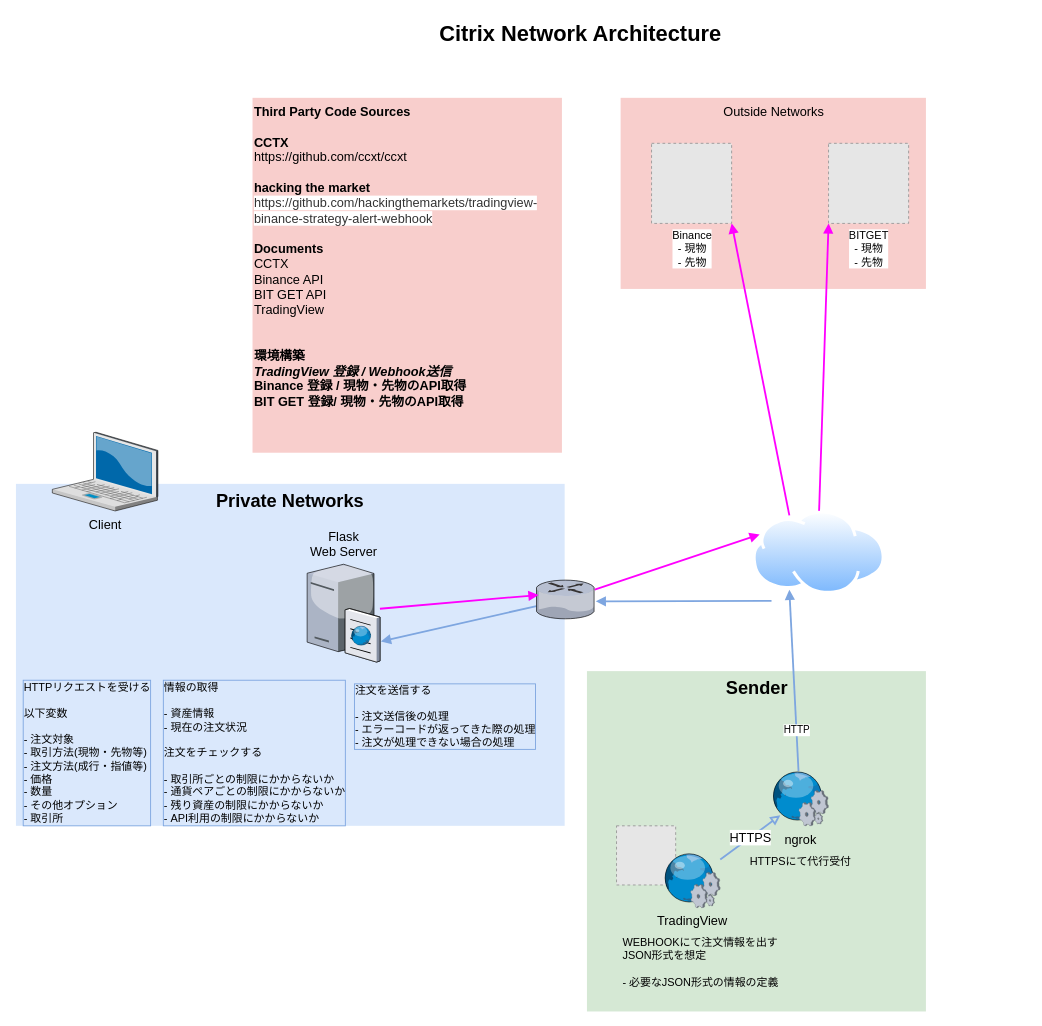
tyamzak/python_tradingview_strategy_alert_webhook_to_multi keeps this draw.io diagram as Untitled Diagram.drawio. Above is the earlier version. Source tidied: cells renumbered, new cells numbered last; positions are measured from the earlier drawing's top-left corner, leaving out a move shared by most shapes. Both pictures are drawn from the tidied source at 91%, with x=0, y=0 at pixel (15, 15). Pictures stored in the file or linked from it are replaced by grey dashed boxes.
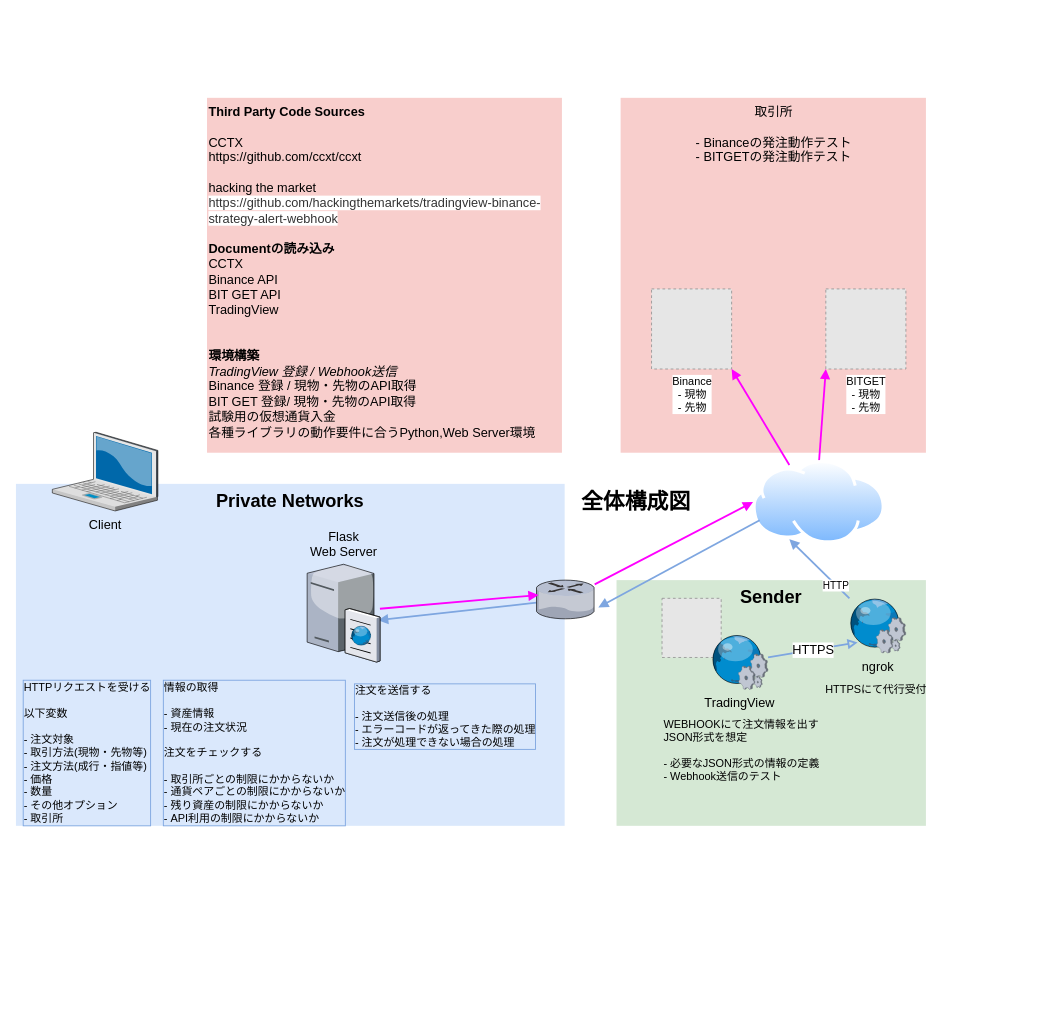
The same diagram, later.

Unchanged cells that the change refers to:
```xml
<mxCell id="8" style="verticalLabelPosition=bottom;html=1;verticalAlign=top;strokeColor=none;shape=mxgraph.citrix.router;fillColor=#66B2FF;gradientColor=#0066CC;fontSize=14;" parent="1" vertex="1">
  <mxGeometry x="572" y="620" width="64" height="42.5" as="geometry" />
</mxCell>
<mxCell id="10" value="Flask&lt;br&gt;Web Server" style="verticalLabelPosition=top;html=1;verticalAlign=bottom;strokeColor=none;shape=mxgraph.citrix.cache_server;fillColor=#66B2FF;gradientColor=#0066CC;fontSize=14;labelPosition=center;align=center;" parent="1" vertex="1">
  <mxGeometry x="320" y="600" width="80" height="109.9" as="geometry" />
</mxCell>
```

The edit, as a diff of the source:
```diff
@@
-    <mxCell id="2" value="Outside Networks" style="whiteSpace=wrap;html=1;fillColor=#f8cecc;fontSize=14;strokeColor=none;verticalAlign=top;" parent="1" vertex="1">
-      <mxGeometry x="664.5" y="90" width="335.5" height="210" as="geometry" />
+    <mxCell id="2" value="取引所&lt;br&gt;&lt;br&gt;&lt;div style=&quot;text-align: left&quot;&gt;&lt;span&gt;- Binanceの発注動作テスト&lt;/span&gt;&lt;/div&gt;&lt;div style=&quot;text-align: left&quot;&gt;&lt;span&gt;- BITGETの発注動作テスト&lt;/span&gt;&lt;/div&gt;" style="whiteSpace=wrap;html=1;fillColor=#f8cecc;fontSize=14;strokeColor=none;verticalAlign=top;" parent="1" vertex="1">
+      <mxGeometry x="664.5" y="90" width="335.5" height="390" as="geometry" />
     </mxCell>
     <mxCell id="3" value="&lt;b&gt;&lt;font style=&quot;font-size: 20px&quot;&gt;Sender&lt;/font&gt;&lt;/b&gt;" style="whiteSpace=wrap;html=1;fillColor=#d5e8d4;fontSize=14;strokeColor=none;verticalAlign=top;" parent="1" vertex="1">
-      <mxGeometry x="627.5" y="720" width="372.5" height="374" as="geometry" />
+      <mxGeometry x="660" y="620" width="340" height="270" as="geometry" />
     </mxCell>
@@
-    <mxCell id="6" style="edgeStyle=none;rounded=0;jettySize=auto;html=1;entryX=1.014;entryY=0.795;entryDx=0;entryDy=0;entryPerimeter=0;startArrow=none;startFill=0;endArrow=block;strokeColor=#7EA6E0;strokeWidth=2;" parent="1" edge="1" source="8" target="10">
+    <mxCell id="6" style="edgeStyle=none;rounded=0;jettySize=auto;html=1;entryX=0.975;entryY=0.583;entryDx=0;entryDy=0;entryPerimeter=0;startArrow=none;startFill=0;endArrow=block;strokeColor=#7EA6E0;strokeWidth=2;" parent="1" edge="1" source="8" target="10">
       <mxGeometry relative="1" as="geometry" />
     </mxCell>
-    <mxCell id="7" style="edgeStyle=none;rounded=0;jettySize=auto;html=1;entryX=0;entryY=0.25;entryDx=0;entryDy=0;startArrow=none;startFill=0;endArrow=block;strokeColor=#FF00FF;strokeWidth=2;" parent="1" edge="1" source="8" target="23">
+    <mxCell id="7" style="edgeStyle=none;rounded=0;jettySize=auto;html=1;entryX=0;entryY=0.5;entryDx=0;entryDy=0;startArrow=none;startFill=0;endArrow=block;strokeColor=#FF00FF;strokeWidth=2;" parent="1" edge="1" source="8" target="23">
       <mxGeometry relative="1" as="geometry" />
     </mxCell>
@@
-    <mxCell id="12" value="Citrix Network Architecture" style="text;strokeColor=none;fillColor=none;html=1;fontSize=24;fontStyle=1;verticalAlign=middle;align=center;" parent="1" vertex="1">
-      <mxGeometry x="189" width="861" height="40" as="geometry" />
+    <mxCell id="12" value="全体構成図" style="text;strokeColor=none;fillColor=none;html=1;fontSize=24;fontStyle=1;verticalAlign=middle;align=center;" parent="1" vertex="1">
+      <mxGeometry x="250" y="514.2" width="861" height="40" as="geometry" />
     </mxCell>
@@
     <mxCell id="15" value="ngrok" style="verticalLabelPosition=bottom;html=1;verticalAlign=top;strokeColor=none;shape=mxgraph.citrix.web_service;fillColor=#66B2FF;gradientColor=#0066CC;fontSize=14;" parent="1" vertex="1">
-      <mxGeometry x="830" y="830" width="63" height="60" as="geometry" />
+      <mxGeometry x="915" y="640" width="63" height="60" as="geometry" />
     </mxCell>
     <mxCell id="16" style="fillColor=#E6E6E6;strokeColor=#999999;dashed=1;html=1;verticalAlign=top;verticalLabelPosition=bottom;labelBackgroundColor=#ffffff;" parent="1" vertex="1">
-      <mxGeometry x="660" y="890" width="65" height="65" as="geometry" />
+      <mxGeometry x="710" y="640" width="65" height="65" as="geometry" />
     </mxCell>
     <mxCell id="17" value="TradingView" style="verticalLabelPosition=bottom;html=1;verticalAlign=top;strokeColor=none;shape=mxgraph.citrix.web_service;fillColor=#66B2FF;gradientColor=#0066CC;fontSize=14;" parent="1" vertex="1">
-      <mxGeometry x="711" y="920" width="63" height="60" as="geometry" />
+      <mxGeometry x="763.5" y="680" width="63" height="60" as="geometry" />
     </mxCell>
-    <mxCell id="18" value="&lt;b&gt;Third Party Code Sources&lt;/b&gt;&lt;br&gt;&lt;br&gt;&lt;b&gt;CCTX&lt;/b&gt;&lt;br&gt;https://github.com/ccxt/ccxt&lt;br&gt;&lt;br&gt;&lt;b&gt;hacking the market&lt;/b&gt;&lt;br&gt;&lt;span style=&quot;color: rgb(51 , 51 , 51) ; font-family: , &amp;#34;meiryo&amp;#34; , &amp;#34;verdana&amp;#34; , &amp;#34;ヒラギノ角ゴ pro w3&amp;#34; , &amp;#34;hiragino kaku gothic pro&amp;#34; , &amp;#34;osaka&amp;#34; , &amp;#34;ｍｓ ｐゴシック&amp;#34; , &amp;#34;ms pgothic&amp;#34; , sans-serif ; background-color: rgb(255 , 255 , 255)&quot;&gt;https://github.com/hackingthemarkets/tradingview-binance-strategy-alert-webhook&lt;/span&gt;&lt;br&gt;&lt;br&gt;&lt;b&gt;Documents&lt;/b&gt;&lt;br&gt;CCTX&amp;nbsp;&lt;br&gt;Binance API&lt;br&gt;BIT GET API&lt;br&gt;TradingView&lt;br&gt;&lt;br&gt;&lt;br&gt;&lt;b&gt;環境構築&lt;br&gt;&lt;i&gt;TradingView 登録 / Webhook送信&lt;br&gt;&lt;/i&gt;Binance 登録 / 現物・先物のAPI取得&lt;br&gt;BIT GET 登録/ 現物・先物のAPI取得&lt;br&gt;&lt;br&gt;&lt;/b&gt;" style="whiteSpace=wrap;html=1;fillColor=#f8cecc;fontSize=14;strokeColor=none;verticalAlign=top;align=left;" parent="1" vertex="1">
-      <mxGeometry x="260" y="90" width="340" height="390" as="geometry" />
+    <mxCell id="18" value="&lt;b&gt;Third Party Code Sources&lt;/b&gt;&lt;br&gt;&lt;br&gt;CCTX&lt;br&gt;https://github.com/ccxt/ccxt&lt;br&gt;&lt;br&gt;hacking the market&lt;br&gt;&lt;span style=&quot;color: rgb(51 , 51 , 51) ; font-family: , &amp;#34;meiryo&amp;#34; , &amp;#34;verdana&amp;#34; , &amp;#34;ヒラギノ角ゴ pro w3&amp;#34; , &amp;#34;hiragino kaku gothic pro&amp;#34; , &amp;#34;osaka&amp;#34; , &amp;#34;ｍｓ ｐゴシック&amp;#34; , &amp;#34;ms pgothic&amp;#34; , sans-serif ; background-color: rgb(255 , 255 , 255)&quot;&gt;https://github.com/hackingthemarkets/tradingview-binance-strategy-alert-webhook&lt;/span&gt;&lt;br&gt;&lt;br&gt;&lt;b&gt;Documentの読み込み&lt;/b&gt;&lt;br&gt;CCTX&amp;nbsp;&lt;br&gt;Binance API&lt;br&gt;BIT GET API&lt;br&gt;TradingView&lt;br&gt;&lt;br&gt;&lt;br&gt;&lt;b&gt;環境構築&lt;/b&gt;&lt;br&gt;&lt;i&gt;TradingView 登録 / Webhook送信&lt;br&gt;&lt;/i&gt;Binance 登録 / 現物・先物のAPI取得&lt;br&gt;BIT GET 登録/ 現物・先物のAPI取得&lt;br&gt;試験用の仮想通貨入金&lt;br&gt;各種ライブラリの動作要件に合うPython,Web Server環境" style="whiteSpace=wrap;html=1;fillColor=#f8cecc;fontSize=14;strokeColor=none;verticalAlign=top;align=left;" parent="1" vertex="1">
+      <mxGeometry x="210" y="90" width="390" height="390" as="geometry" />
     </mxCell>
     <mxCell id="19" value="Binance&lt;br&gt;- 現物&lt;br&gt;- 先物" style="fillColor=#E6E6E6;strokeColor=#999999;dashed=1;html=1;verticalAlign=top;verticalLabelPosition=bottom;labelBackgroundColor=#ffffff;" parent="1" vertex="1">
-      <mxGeometry x="698.5" y="140" width="88" height="88" as="geometry" />
+      <mxGeometry x="698.5" y="300" width="88" height="88" as="geometry" />
     </mxCell>
     <mxCell id="20" value="BITGET&lt;br&gt;- 現物&lt;br&gt;- 先物" style="fillColor=#E6E6E6;strokeColor=#999999;dashed=1;html=1;verticalAlign=top;verticalLabelPosition=bottom;labelBackgroundColor=#ffffff;" parent="1" vertex="1">
-      <mxGeometry x="893" y="140" width="88" height="88" as="geometry" />
+      <mxGeometry x="890" y="300" width="88" height="88" as="geometry" />
     </mxCell>
@@
     <mxCell id="23" style="perimeter=ellipsePerimeter;html=1;align=center;shadow=0;dashed=0;spacingTop=3;image;image=img/lib/active_directory/internet_cloud.svg;strokeColor=default;" parent="1" vertex="1">
-      <mxGeometry x="810" y="544" width="145.2" height="91.5" as="geometry" />
+      <mxGeometry x="810" y="488.5" width="145.2" height="91.5" as="geometry" />
     </mxCell>
-    <mxCell id="24" style="rounded=0;jettySize=auto;html=1;entryX=1.018;entryY=0.548;entryDx=0;entryDy=0;startArrow=none;startFill=0;endArrow=block;strokeColor=#7EA6E0;strokeWidth=2;entryPerimeter=0;exitX=0.14;exitY=1.079;exitDx=0;exitDy=0;exitPerimeter=0;" parent="1" edge="1" source="23" target="8">
-      <mxGeometry relative="1" as="geometry" />
+    <mxCell id="24" style="rounded=0;jettySize=auto;html=1;startArrow=none;startFill=0;endArrow=block;strokeColor=#7EA6E0;strokeWidth=2;exitX=0;exitY=0.75;exitDx=0;exitDy=0;" parent="1" edge="1" source="23">
+      <mxGeometry relative="1" as="geometry">
+        <mxPoint x="640" y="650" as="targetPoint" />
+      </mxGeometry>
     </mxCell>
@@
-    <mxCell id="27" value="WEBHOOKにて注文情報を出す&lt;br&gt;JSON形式を想定&lt;br&gt;&lt;br&gt;- 必要なJSON形式の情報の定義" style="text;html=1;align=left;verticalAlign=middle;fillColor=none;strokeColor=none;rounded=0;" parent="1" vertex="1">
-      <mxGeometry x="664.5" y="1010" width="190" height="60" as="geometry" />
+    <mxCell id="27" value="WEBHOOKにて注文情報を出す&lt;br&gt;JSON形式を想定&lt;br&gt;&lt;br&gt;- 必要なJSON形式の情報の定義&lt;br&gt;- Webhook送信のテスト" style="text;html=1;align=left;verticalAlign=middle;fillColor=none;strokeColor=none;rounded=0;" parent="1" vertex="1">
+      <mxGeometry x="710" y="767" width="190" height="80" as="geometry" />
     </mxCell>
     <mxCell id="28" value="HTTPSにて代行受付" style="text;html=1;align=center;verticalAlign=middle;fillColor=none;strokeColor=none;rounded=0;" parent="1" vertex="1">
-      <mxGeometry x="796.5" y="920" width="130" height="20" as="geometry" />
+      <mxGeometry x="880" y="730" width="130" height="20" as="geometry" />
     </mxCell>
```
